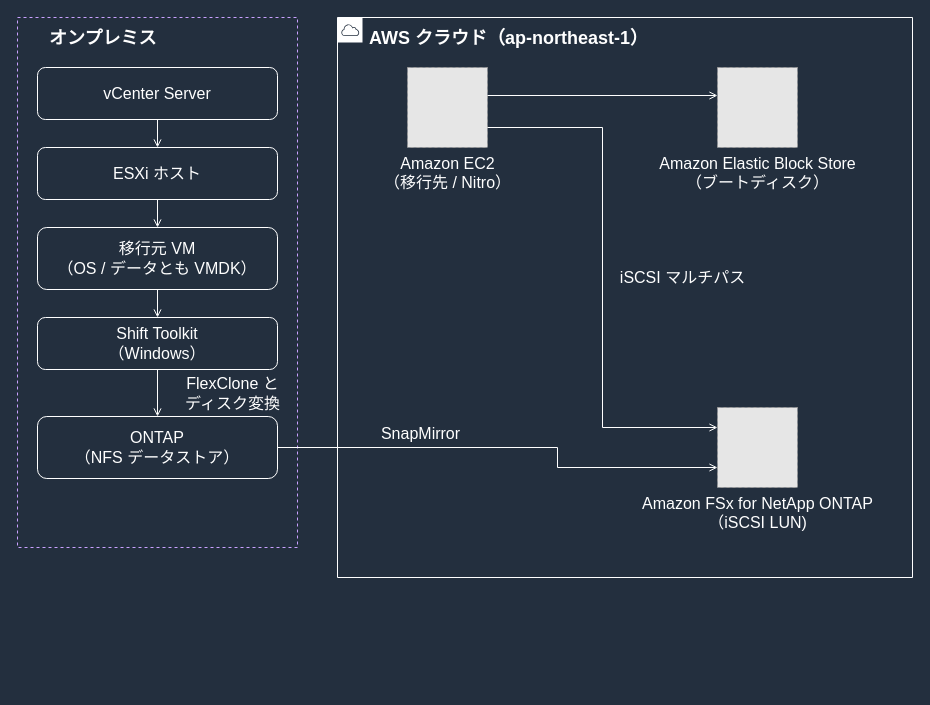
The draw.io diagram docs/_assets/diagrams/atx-fsxn-onprem-to-aws-dark.drawio in Yoshiki0705/VMware-Migration-EC2-ONTAP, before the edit. Source tidied: cells renumbered, new cells numbered last; positions are measured from the earlier drawing's top-left corner, leaving out a move shared by most shapes. Both pictures are drawn from the tidied source at 100%, with x=0, y=0 at pixel (17, 17). Pictures stored in the file or linked from it are replaced by grey dashed boxes.
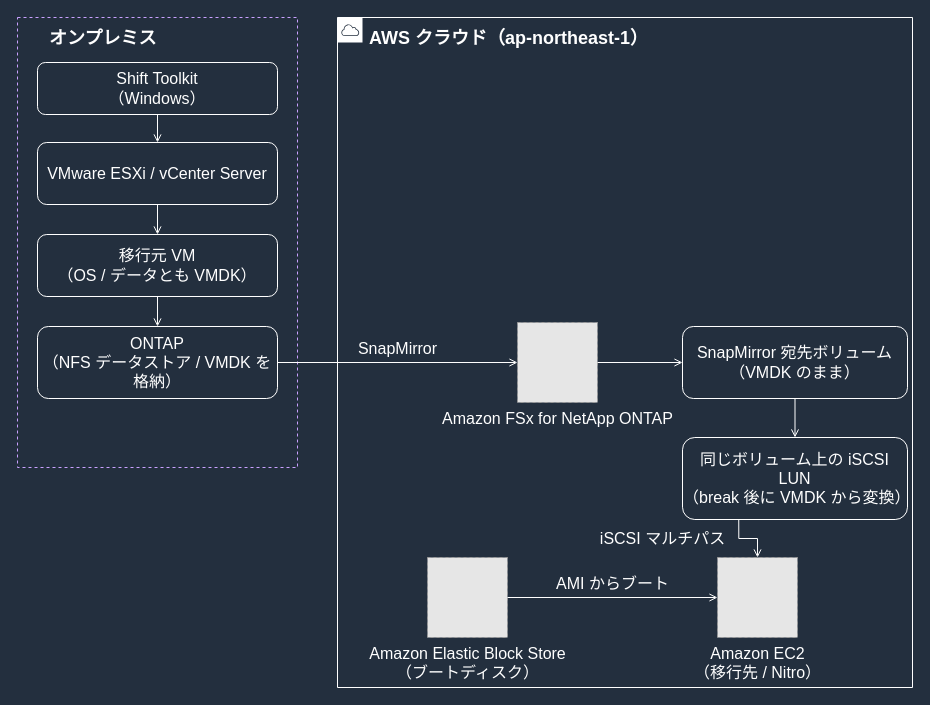
Above is the later version.

The edit, as a diff of the source:
```diff
@@
     <mxCell id="2" value="オンプレミス" style="gradientColor=none;html=1;whiteSpace=wrap;fontSize=18;fontStyle=1;fontColor=#FFFFFF;shape=mxgraph.aws4.group;strokeColor=#C9A0FF;fillColor=none;verticalAlign=top;align=left;spacingLeft=30;spacingTop=4;dashed=1;" parent="1" vertex="1">
-      <mxGeometry width="280" height="530" as="geometry" />
+      <mxGeometry width="280" height="450" as="geometry" />
     </mxCell>
     <mxCell id="3" value="AWS クラウド（ap-northeast-1）" style="gradientColor=none;html=1;whiteSpace=wrap;fontSize=18;fontStyle=1;fontColor=#FFFFFF;shape=mxgraph.aws4.group;grIcon=mxgraph.aws4.group_aws_cloud;strokeColor=#FFFFFF;fillColor=none;verticalAlign=top;align=left;spacingLeft=30;spacingTop=4;dashed=0;" parent="1" vertex="1">
-      <mxGeometry x="320" width="575" height="560" as="geometry" />
+      <mxGeometry x="320" width="575" height="670" as="geometry" />
     </mxCell>
-    <mxCell id="4" value="vCenter Server" style="rounded=1;whiteSpace=wrap;html=1;strokeColor=#FFFFFF;fillColor=none;fontColor=#FFFFFF;fontSize=16;verticalAlign=middle;align=center;" parent="1" vertex="1">
-      <mxGeometry x="20" y="50" width="240" height="52" as="geometry" />
-    </mxCell>
-    <mxCell id="5" value="ESXi ホスト" style="rounded=1;whiteSpace=wrap;html=1;strokeColor=#FFFFFF;fillColor=none;fontColor=#FFFFFF;fontSize=16;verticalAlign=middle;align=center;" parent="1" vertex="1">
-      <mxGeometry x="20" y="130" width="240" height="52" as="geometry" />
-    </mxCell>
+    <mxCell id="7" value="Shift Toolkit&#10;（Windows）" style="rounded=1;whiteSpace=wrap;html=1;strokeColor=#FFFFFF;fillColor=none;fontColor=#FFFFFF;fontSize=16;verticalAlign=middle;align=center;" parent="1" vertex="1">
+      <mxGeometry x="20" y="45" width="240" height="52" as="geometry" />
+    </mxCell>
+    <mxCell id="19" value="VMware ESXi / vCenter Server" style="rounded=1;whiteSpace=wrap;html=1;strokeColor=#FFFFFF;fillColor=none;fontColor=#FFFFFF;fontSize=16;verticalAlign=middle;align=center;" parent="1" vertex="1">
+      <mxGeometry x="20" y="125" width="240" height="62" as="geometry" />
+    </mxCell>
     <mxCell id="6" value="移行元 VM&#10;（OS / データとも VMDK）" style="rounded=1;whiteSpace=wrap;html=1;strokeColor=#FFFFFF;fillColor=none;fontColor=#FFFFFF;fontSize=16;verticalAlign=middle;align=center;" parent="1" vertex="1">
-      <mxGeometry x="20" y="210" width="240" height="62" as="geometry" />
+      <mxGeometry x="20" y="217" width="240" height="62" as="geometry" />
     </mxCell>
-    <mxCell id="7" value="Shift Toolkit&#10;（Windows）" style="rounded=1;whiteSpace=wrap;html=1;strokeColor=#FFFFFF;fillColor=none;fontColor=#FFFFFF;fontSize=16;verticalAlign=middle;align=center;" parent="1" vertex="1">
-      <mxGeometry x="20" y="300" width="240" height="52" as="geometry" />
-    </mxCell>
-    <mxCell id="8" value="ONTAP&#10;（NFS データストア）" style="rounded=1;whiteSpace=wrap;html=1;strokeColor=#FFFFFF;fillColor=none;fontColor=#FFFFFF;fontSize=16;verticalAlign=middle;align=center;" parent="1" vertex="1">
-      <mxGeometry x="20" y="399" width="240" height="62" as="geometry" />
+    <mxCell id="8" value="ONTAP&#10;（NFS データストア / VMDK を格納）" style="rounded=1;whiteSpace=wrap;html=1;strokeColor=#FFFFFF;fillColor=none;fontColor=#FFFFFF;fontSize=16;verticalAlign=middle;align=center;" parent="1" vertex="1">
+      <mxGeometry x="20" y="309" width="240" height="72" as="geometry" />
     </mxCell>
+    <mxCell id="20" value="SnapMirror 宛先ボリューム&#10;（VMDK のまま）" style="rounded=1;whiteSpace=wrap;html=1;strokeColor=#FFFFFF;fillColor=none;fontColor=#FFFFFF;fontSize=16;verticalAlign=middle;align=center;" parent="1" vertex="1">
+      <mxGeometry x="665" y="309" width="225" height="72" as="geometry" />
+    </mxCell>
+    <mxCell id="21" value="同じボリューム上の iSCSI LUN&#10;（break 後に VMDK から変換）" style="rounded=1;whiteSpace=wrap;html=1;strokeColor=#FFFFFF;fillColor=none;fontColor=#FFFFFF;fontSize=16;verticalAlign=middle;align=center;" parent="1" vertex="1">
+      <mxGeometry x="665" y="420" width="225" height="82" as="geometry" />
+    </mxCell>
+    <mxCell id="11" value="Amazon FSx for NetApp ONTAP" style="fillColor=#E6E6E6;strokeColor=#999999;dashed=1;html=1;verticalLabelPosition=bottom;verticalAlign=top;labelPosition=center;align=center;fontSize=16;fontColor=#FFFFFF;" parent="1" vertex="1">
+      <mxGeometry x="500" y="305" width="80" height="80" as="geometry" />
+    </mxCell>
+    <mxCell id="10" value="Amazon Elastic Block Store&#10;（ブートディスク）" style="fillColor=#E6E6E6;strokeColor=#999999;dashed=1;html=1;verticalLabelPosition=bottom;verticalAlign=top;labelPosition=center;align=center;fontSize=16;fontColor=#FFFFFF;" parent="1" vertex="1">
+      <mxGeometry x="410" y="540" width="80" height="80" as="geometry" />
+    </mxCell>
     <mxCell id="9" value="Amazon EC2&#10;（移行先 / Nitro）" style="fillColor=#E6E6E6;strokeColor=#999999;dashed=1;html=1;verticalLabelPosition=bottom;verticalAlign=top;labelPosition=center;align=center;fontSize=16;fontColor=#FFFFFF;" parent="1" vertex="1">
-      <mxGeometry x="390" y="50" width="80" height="80" as="geometry" />
+      <mxGeometry x="700" y="540" width="80" height="80" as="geometry" />
     </mxCell>
-    <mxCell id="10" value="Amazon Elastic Block Store&#10;（ブートディスク）" style="fillColor=#E6E6E6;strokeColor=#999999;dashed=1;html=1;verticalLabelPosition=bottom;verticalAlign=top;labelPosition=center;align=center;fontSize=16;fontColor=#FFFFFF;" parent="1" vertex="1">
-      <mxGeometry x="700" y="50" width="80" height="80" as="geometry" />
-    </mxCell>
-    <mxCell id="11" value="Amazon FSx for NetApp ONTAP&#10;（iSCSI LUN)" style="fillColor=#E6E6E6;strokeColor=#999999;dashed=1;html=1;verticalLabelPosition=bottom;verticalAlign=top;labelPosition=center;align=center;fontSize=16;fontColor=#FFFFFF;" parent="1" vertex="1">
-      <mxGeometry x="700" y="390" width="80" height="80" as="geometry" />
-    </mxCell>
-    <mxCell id="12" style="edgeStyle=orthogonalEdgeStyle;rounded=0;html=1;endArrow=open;endFill=0;strokeColor=#FFFFFF;strokeWidth=1;fontSize=16;fontColor=#FFFFFF;labelBackgroundColor=#232F3E;exitX=0.5;exitY=1;exitDx=0;exitDy=0;entryX=0.5;entryY=0;entryDx=0;entryDy=0;" parent="1" edge="1" source="4" target="5">
-      <mxGeometry relative="1" as="geometry" />
-    </mxCell>
-    <mxCell id="13" style="edgeStyle=orthogonalEdgeStyle;rounded=0;html=1;endArrow=open;endFill=0;strokeColor=#FFFFFF;strokeWidth=1;fontSize=16;fontColor=#FFFFFF;labelBackgroundColor=#232F3E;exitX=0.5;exitY=1;exitDx=0;exitDy=0;entryX=0.5;entryY=0;entryDx=0;entryDy=0;" parent="1" edge="1" source="5" target="6">
-      <mxGeometry relative="1" as="geometry" />
-    </mxCell>
-    <mxCell id="14" style="edgeStyle=orthogonalEdgeStyle;rounded=0;html=1;endArrow=open;endFill=0;strokeColor=#FFFFFF;strokeWidth=1;fontSize=16;fontColor=#FFFFFF;labelBackgroundColor=#232F3E;exitX=0.5;exitY=1;exitDx=0;exitDy=0;entryX=0.5;entryY=0;entryDx=0;entryDy=0;" parent="1" edge="1" source="6" target="7">
-      <mxGeometry relative="1" as="geometry" />
-    </mxCell>
-    <mxCell id="15" value="FlexClone と&#10;ディスク変換" style="edgeStyle=orthogonalEdgeStyle;rounded=0;html=1;endArrow=open;endFill=0;strokeColor=#FFFFFF;strokeWidth=1;fontSize=16;fontColor=#FFFFFF;labelBackgroundColor=#232F3E;exitX=0.5;exitY=1;exitDx=0;exitDy=0;entryX=0.5;entryY=0;entryDx=0;entryDy=0;" parent="1" edge="1" source="7" target="8">
-      <mxGeometry relative="1" as="geometry">
-        <mxPoint x="75" as="offset" />
-      </mxGeometry>
-    </mxCell>
+    <mxCell id="22" style="edgeStyle=orthogonalEdgeStyle;rounded=0;html=1;endArrow=open;endFill=0;strokeColor=#FFFFFF;strokeWidth=1;fontSize=16;fontColor=#FFFFFF;labelBackgroundColor=#232F3E;exitX=0.5;exitY=1;exitDx=0;exitDy=0;entryX=0.5;entryY=0;entryDx=0;entryDy=0;" parent="1" edge="1" source="7" target="19">
+      <mxGeometry relative="1" as="geometry" />
+    </mxCell>
+    <mxCell id="23" style="edgeStyle=orthogonalEdgeStyle;rounded=0;html=1;endArrow=open;endFill=0;strokeColor=#FFFFFF;strokeWidth=1;fontSize=16;fontColor=#FFFFFF;labelBackgroundColor=#232F3E;exitX=0.5;exitY=1;exitDx=0;exitDy=0;entryX=0.5;entryY=0;entryDx=0;entryDy=0;" parent="1" edge="1" source="19" target="6">
+      <mxGeometry relative="1" as="geometry" />
+    </mxCell>
+    <mxCell id="24" style="edgeStyle=orthogonalEdgeStyle;rounded=0;html=1;endArrow=open;endFill=0;strokeColor=#FFFFFF;strokeWidth=1;fontSize=16;fontColor=#FFFFFF;labelBackgroundColor=#232F3E;exitX=0.5;exitY=1;exitDx=0;exitDy=0;entryX=0.5;entryY=0;entryDx=0;entryDy=0;" parent="1" edge="1" source="6" target="8">
+      <mxGeometry relative="1" as="geometry" />
+    </mxCell>
-    <mxCell id="16" value="SnapMirror" style="edgeStyle=orthogonalEdgeStyle;rounded=0;html=1;endArrow=open;endFill=0;strokeColor=#FFFFFF;strokeWidth=1;fontSize=16;fontColor=#FFFFFF;labelBackgroundColor=#232F3E;exitX=1;exitY=0.5;exitDx=0;exitDy=0;entryX=0;entryY=0.75;entryDx=0;entryDy=0;" parent="1" edge="1" source="8" target="11">
-      <mxGeometry x="-0.38" relative="1" as="geometry">
-        <Array as="points">
-          <mxPoint x="540" y="430" />
-          <mxPoint x="540" y="450" />
-        </Array>
+    <mxCell id="16" value="SnapMirror" style="edgeStyle=orthogonalEdgeStyle;rounded=0;html=1;endArrow=open;endFill=0;strokeColor=#FFFFFF;strokeWidth=1;fontSize=16;fontColor=#FFFFFF;labelBackgroundColor=#232F3E;exitX=1;exitY=0.5;exitDx=0;exitDy=0;entryX=0;entryY=0.5;entryDx=0;entryDy=0;" parent="1" edge="1" source="8" target="11">
+      <mxGeometry relative="1" as="geometry">
         <mxPoint y="-14" as="offset" />
       </mxGeometry>
     </mxCell>
-    <mxCell id="17" style="edgeStyle=orthogonalEdgeStyle;rounded=0;html=1;endArrow=open;endFill=0;strokeColor=#FFFFFF;strokeWidth=1;fontSize=16;fontColor=#FFFFFF;labelBackgroundColor=#232F3E;exitX=1;exitY=0.35;exitDx=0;exitDy=0;entryX=0;entryY=0.35;entryDx=0;entryDy=0;" parent="1" edge="1" source="9" target="10">
-      <mxGeometry relative="1" as="geometry" />
-    </mxCell>
+    <mxCell id="25" style="edgeStyle=orthogonalEdgeStyle;rounded=0;html=1;endArrow=open;endFill=0;strokeColor=#FFFFFF;strokeWidth=1;fontSize=16;fontColor=#FFFFFF;labelBackgroundColor=#232F3E;exitX=1;exitY=0.5;exitDx=0;exitDy=0;entryX=0;entryY=0.5;entryDx=0;entryDy=0;" parent="1" edge="1" source="11" target="20">
+      <mxGeometry relative="1" as="geometry" />
+    </mxCell>
+    <mxCell id="26" style="edgeStyle=orthogonalEdgeStyle;rounded=0;html=1;endArrow=open;endFill=0;strokeColor=#FFFFFF;strokeWidth=1;fontSize=16;fontColor=#FFFFFF;labelBackgroundColor=#232F3E;exitX=0.5;exitY=1;exitDx=0;exitDy=0;entryX=0.5;entryY=0;entryDx=0;entryDy=0;" parent="1" edge="1" source="20" target="21">
+      <mxGeometry relative="1" as="geometry" />
+    </mxCell>
+    <mxCell id="27" value="AMI からブート" style="edgeStyle=orthogonalEdgeStyle;rounded=0;html=1;endArrow=open;endFill=0;strokeColor=#FFFFFF;strokeWidth=1;fontSize=16;fontColor=#FFFFFF;labelBackgroundColor=#232F3E;exitX=1;exitY=0.5;exitDx=0;exitDy=0;entryX=0;entryY=0.5;entryDx=0;entryDy=0;" parent="1" edge="1" source="10" target="9">
+      <mxGeometry relative="1" as="geometry">
+        <mxPoint y="-14" as="offset" />
+      </mxGeometry>
+    </mxCell>
-    <mxCell id="18" value="iSCSI マルチパス" style="edgeStyle=orthogonalEdgeStyle;rounded=0;html=1;endArrow=open;endFill=0;strokeColor=#FFFFFF;strokeWidth=1;fontSize=16;fontColor=#FFFFFF;labelBackgroundColor=#232F3E;exitX=1;exitY=0.75;exitDx=0;exitDy=0;entryX=0;entryY=0.25;entryDx=0;entryDy=0;" parent="1" edge="1" source="9" target="11">
+    <mxCell id="18" value="iSCSI マルチパス" style="edgeStyle=orthogonalEdgeStyle;rounded=0;html=1;endArrow=open;endFill=0;strokeColor=#FFFFFF;strokeWidth=1;fontSize=16;fontColor=#FFFFFF;labelBackgroundColor=#232F3E;exitX=0.25;exitY=1;exitDx=0;exitDy=0;entryX=0.5;entryY=0;entryDx=0;entryDy=0;" parent="1" edge="1" source="21" target="9">
       <mxGeometry relative="1" as="geometry">
-        <mxPoint x="80" as="offset" />
+        <mxPoint x="-85" as="offset" />
       </mxGeometry>
     </mxCell>
```
